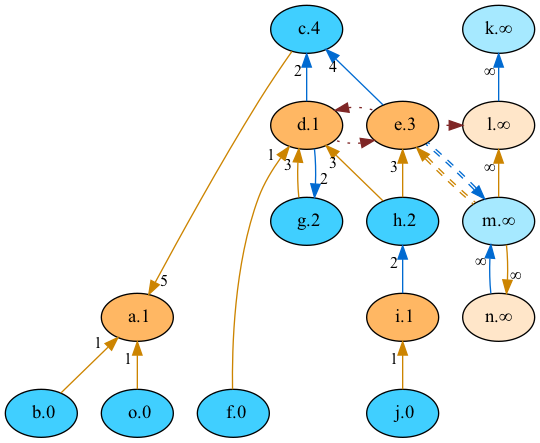
idaks/Games-and-Argumentation keeps this Graphviz diagram as imgs/af_example/unfactored_backward_arg_pw_2.png. Above is the earlier version. Its source is kept beside it as imgs/af_example/unfactored_backward_arg_pw_2.dot. Its diagram source:
```dot
digraph {
    b [style="filled" fillcolor="#40cfff" label=" b.0" fontsize=14]
    f [style="filled" fillcolor="#40cfff" label=" f.0" fontsize=14]
    j [style="filled" fillcolor="#40cfff" label=" j.0" fontsize=14]
    o [style="filled" fillcolor="#40cfff" label=" o.0" fontsize=14]
    i [style="filled" fillcolor="#ffb763" label=" i.1" fontsize=14]
    d [style="filled" fillcolor="#ffb763" label=" d.1" fontsize=14]
    a [style="filled" fillcolor="#ffb763" label=" a.1" fontsize=14]
    g [style="filled" fillcolor="#40cfff" label=" g.2" fontsize=14]
    h [style="filled" fillcolor="#40cfff" label=" h.2" fontsize=14]
    e [style="filled" fillcolor="#ffb763" label=" e.3" fontsize=14]
    c [style="filled" fillcolor="#40cfff" label=" c.4" fontsize=14]
    l [style="filled" fillcolor="#ffe6c9" label="l.∞" fontsize=14]
    k [style="filled" fillcolor="#a6e9ff" label="k.∞" fontsize=14]
    m [style="filled" fillcolor="#a6e9ff" label="m.∞" fontsize=14]
    n [style="filled" fillcolor="#ffe6c9" label="n.∞" fontsize=14]
    edge[labeldistance=1.5 fontsize=12]
    l -> e [color="#7f2626" style="dotted" dir="back" taillabel="" constraint=false]
    k -> l [color="#006ad1" style="solid" dir="back" taillabel="∞" ]
    m -> n [color="#006ad1" style="solid" dir="back" taillabel="∞" ]
    l -> m [color="#cc8400" style="solid" dir="back" taillabel="∞" ]
    n -> m [color="#cc8400" style="solid" dir="back" taillabel="∞" ]
    a -> b [color="#cc8400" style="solid" dir="back" taillabel="1" ]
    d -> f [color="#cc8400" style="solid" dir="back" taillabel="1" ]
    e -> h [color="#cc8400" style="solid" dir="back" taillabel="3" ]
    e -> m [color="#cc8400:#cc8400" style="dashed" dir="back" taillabel="" constraint=false]
    e -> d [color="#7f2626" style="dotted" dir="back" taillabel="" constraint=false]
    a -> c [color="#cc8400" style="solid" dir="back" taillabel="5" ]
    d -> g [color="#cc8400" style="solid" dir="back" taillabel="3" ]
    c -> d [color="#006ad1" style="solid" dir="back" taillabel="2" ]
    c -> e [color="#006ad1" style="solid" dir="back" taillabel="4" ]
    g -> d [color="#006ad1" style="solid" dir="back" taillabel="2" ]
    d -> e [color="#7f2626" style="dotted" dir="back" taillabel="" constraint=false]
    m -> e [color="#006ad1:#006ad1" style="dashed" dir="back" taillabel="" constraint=false]
    h -> i [color="#006ad1" style="solid" dir="back" taillabel="2" ]
    i -> j [color="#cc8400" style="solid" dir="back" taillabel="1" ]
    a -> o [color="#cc8400" style="solid" dir="back" taillabel="1" ]
    d -> h [color="#cc8400" style="solid" dir="back" taillabel="3" ]
    {rank = max b f j o}
    {rank = min c}
}
```
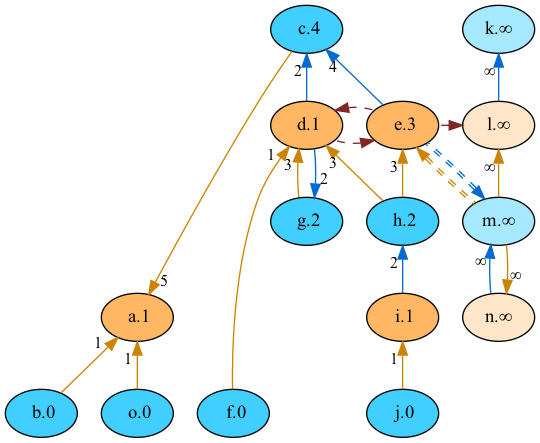
Above is the later version.

What changed in the source:
```diff
@@ -15,7 +15,7 @@
     m [style="filled" fillcolor="#a6e9ff" label="m.∞" fontsize=14]
     n [style="filled" fillcolor="#ffe6c9" label="n.∞" fontsize=14]
     edge[labeldistance=1.5 fontsize=12]
-    l -> e [color="#7f2626" style="dotted" dir="back" taillabel="" constraint=false]
+    l -> e [color="#7f2626" style="dashed" dir="back" taillabel="" constraint=false]
     k -> l [color="#006ad1" style="solid" dir="back" taillabel="∞" ]
     m -> n [color="#006ad1" style="solid" dir="back" taillabel="∞" ]
     l -> m [color="#cc8400" style="solid" dir="back" taillabel="∞" ]
@@ -24,13 +24,13 @@
     d -> f [color="#cc8400" style="solid" dir="back" taillabel="1" ]
     e -> h [color="#cc8400" style="solid" dir="back" taillabel="3" ]
     e -> m [color="#cc8400:#cc8400" style="dashed" dir="back" taillabel="" constraint=false]
-    e -> d [color="#7f2626" style="dotted" dir="back" taillabel="" constraint=false]
+    e -> d [color="#7f2626" style="dashed" dir="back" taillabel="" constraint=false]
     a -> c [color="#cc8400" style="solid" dir="back" taillabel="5" ]
     d -> g [color="#cc8400" style="solid" dir="back" taillabel="3" ]
     c -> d [color="#006ad1" style="solid" dir="back" taillabel="2" ]
     c -> e [color="#006ad1" style="solid" dir="back" taillabel="4" ]
     g -> d [color="#006ad1" style="solid" dir="back" taillabel="2" ]
-    d -> e [color="#7f2626" style="dotted" dir="back" taillabel="" constraint=false]
+    d -> e [color="#7f2626" style="dashed" dir="back" taillabel="" constraint=false]
     m -> e [color="#006ad1:#006ad1" style="dashed" dir="back" taillabel="" constraint=false]
     h -> i [color="#006ad1" style="solid" dir="back" taillabel="2" ]
     i -> j [color="#cc8400" style="solid" dir="back" taillabel="1" ]
```
